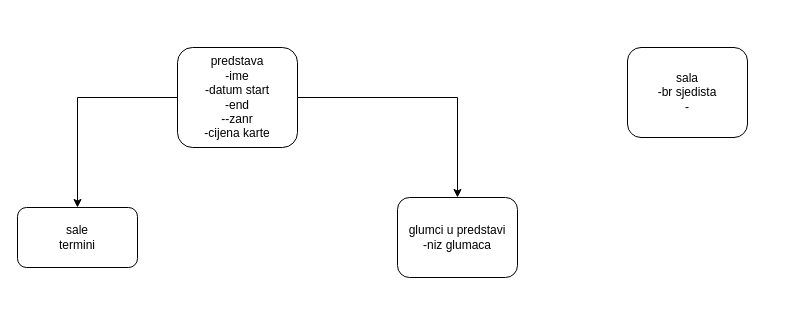
Before: Untitled Diagram.drawio in stashat/Test, a draw.io diagram. Source tidied: cells renumbered, new cells numbered last; positions are measured from the earlier drawing's top-left corner, leaving out a move shared by most shapes. Both pictures are drawn from the tidied source at 100%, with x=0, y=0 at pixel (17, 47).
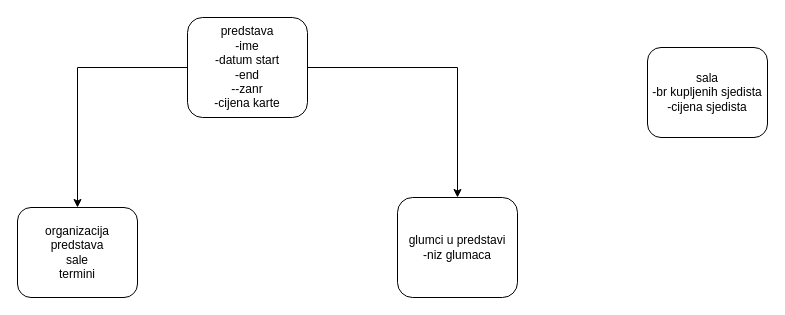
The same diagram, later.

Diff of the diagram source:
```diff
@@
 <mxGraphModel>
   <root>
     <mxCell id="0" />
     <mxCell id="1" parent="0" />
     <mxCell id="2" style="edgeStyle=orthogonalEdgeStyle;rounded=0;jettySize=auto;html=1;" parent="1" edge="1" source="4" target="5">
       <mxGeometry relative="1" as="geometry" />
     </mxCell>
     <mxCell id="3" style="edgeStyle=orthogonalEdgeStyle;rounded=0;jettySize=auto;html=1;" parent="1" edge="1" source="4" target="6">
       <mxGeometry relative="1" as="geometry" />
     </mxCell>
     <mxCell id="4" value="predstava&lt;br&gt;-ime&lt;br&gt;-datum start&lt;br&gt;-end&lt;br&gt;--zanr&lt;br&gt;-cijena karte" style="rounded=1;whiteSpace=wrap;html=1;" parent="1" vertex="1">
-      <mxGeometry x="160" width="120" height="100" as="geometry" />
+      <mxGeometry x="170" y="-30" width="120" height="100" as="geometry" />
     </mxCell>
     <mxCell id="5" value="glumci u predstavi&lt;br&gt;-niz glumaca" style="whiteSpace=wrap;html=1;rounded=1;" parent="1" vertex="1">
-      <mxGeometry x="380" y="150" width="120" height="80" as="geometry" />
+      <mxGeometry x="380" y="150" width="120" height="100" as="geometry" />
     </mxCell>
-    <mxCell id="6" value="sale&lt;br&gt;termini" style="whiteSpace=wrap;html=1;rounded=1;" parent="1" vertex="1">
-      <mxGeometry y="160" width="120" height="60" as="geometry" />
+    <mxCell id="6" value="organizacija predstava&lt;br&gt;sale&lt;br&gt;termini" style="whiteSpace=wrap;html=1;rounded=1;" parent="1" vertex="1">
+      <mxGeometry y="160" width="120" height="90" as="geometry" />
     </mxCell>
-    <mxCell id="7" value="sala&lt;br&gt;-br sjedista&lt;br&gt;-" style="rounded=1;whiteSpace=wrap;html=1;" parent="1" vertex="1">
-      <mxGeometry x="610" width="120" height="90" as="geometry" />
+    <mxCell id="7" value="sala&lt;br&gt;-br kupljenih sjedista&lt;br&gt;-cijena sjedista&lt;br&gt;" style="rounded=1;whiteSpace=wrap;html=1;" parent="1" vertex="1">
+      <mxGeometry x="630" width="120" height="90" as="geometry" />
     </mxCell>
   </root>
 </mxGraphModel>
```
